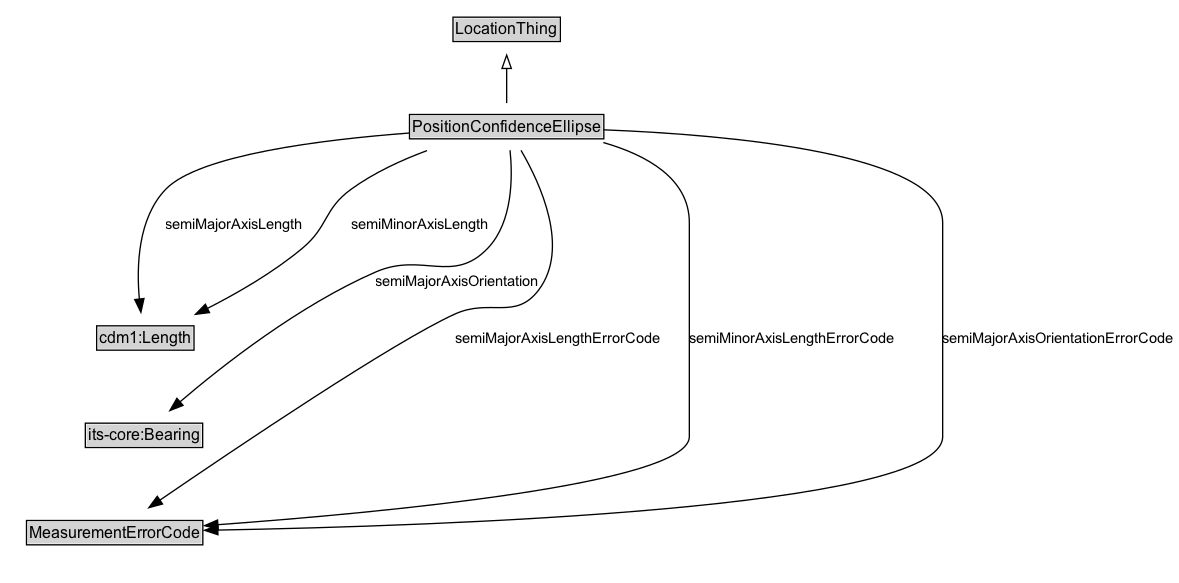
This is docs/diagrams/PositionConfidenceEllipse.dot.png from ISO-TC204/ontology-its-location-v1, a Graphviz export, as it was before one commit. Its source is kept beside it as docs/diagrams/PositionConfidenceEllipse.dot.
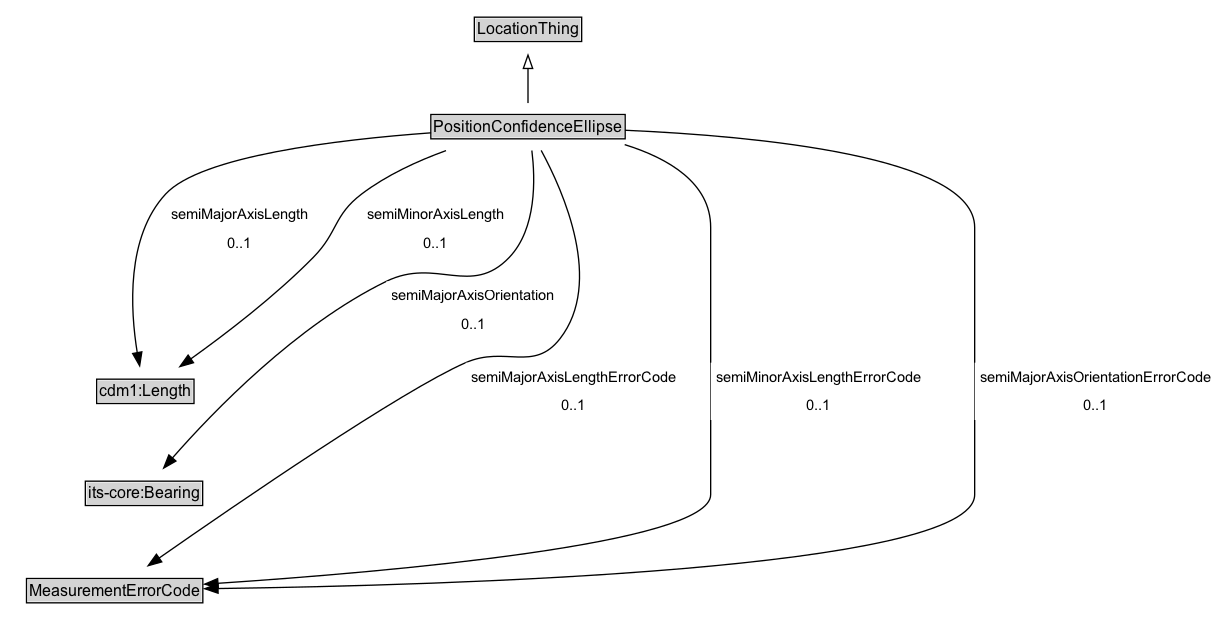
After the commit.

The edit, as a diff of the source:
```diff
@@ -23,12 +23,12 @@
 	cdm1_Length -> "its-core_Bearing" [style=invis]
 	"its-core_Bearing" -> MeasurementErrorCode [style=invis]
 	cdm1_Length [label=<<TABLE BORDER="1" CELLBORDER="0" CELLSPACING="0" CELLPADDING="1"><TR><TD BGCOLOR="lightgray" ALIGN="CENTER">cdm1:Length</TD></TR></TABLE>> URL="https://w3id.org/citydata/part1/v1/Length" margin=0]
-	PositionConfidenceEllipse -> cdm1_Length [label=semiMajorAxisLength arrowhead=normal style=solid]
-	PositionConfidenceEllipse -> cdm1_Length [label=semiMinorAxisLength arrowhead=normal style=solid]
+	PositionConfidenceEllipse -> cdm1_Length [label=<<TABLE BORDER="0" CELLBORDER="0" CELLSPACING="0" CELLPADDING="4" BGCOLOR="white"><TR><TD ALIGN="CENTER">semiMajorAxisLength</TD></TR><TR><TD ALIGN="CENTER">0..1</TD></TR></TABLE>> arrowhead=normal style=solid]
+	PositionConfidenceEllipse -> cdm1_Length [label=<<TABLE BORDER="0" CELLBORDER="0" CELLSPACING="0" CELLPADDING="4" BGCOLOR="white"><TR><TD ALIGN="CENTER">semiMinorAxisLength</TD></TR><TR><TD ALIGN="CENTER">0..1</TD></TR></TABLE>> arrowhead=normal style=solid]
 	"its-core_Bearing" [label=<<TABLE BORDER="1" CELLBORDER="0" CELLSPACING="0" CELLPADDING="1"><TR><TD BGCOLOR="lightgray" ALIGN="CENTER">its-core:Bearing</TD></TR></TABLE>> URL="https://w3id.org/itsdata/core/v1/Bearing" margin=0]
-	PositionConfidenceEllipse -> "its-core_Bearing" [label=semiMajorAxisOrientation arrowhead=normal style=solid]
+	PositionConfidenceEllipse -> "its-core_Bearing" [label=<<TABLE BORDER="0" CELLBORDER="0" CELLSPACING="0" CELLPADDING="4" BGCOLOR="white"><TR><TD ALIGN="CENTER">semiMajorAxisOrientation</TD></TR><TR><TD ALIGN="CENTER">0..1</TD></TR></TABLE>> arrowhead=normal style=solid]
 	MeasurementErrorCode [label=<<TABLE BORDER="1" CELLBORDER="0" CELLSPACING="0" CELLPADDING="1"><TR><TD BGCOLOR="lightgray" ALIGN="CENTER">MeasurementErrorCode</TD></TR></TABLE>> URL="../MeasurementErrorCode" margin=0]
-	PositionConfidenceEllipse -> MeasurementErrorCode [label=semiMajorAxisLengthErrorCode arrowhead=normal style=solid]
-	PositionConfidenceEllipse -> MeasurementErrorCode [label=semiMinorAxisLengthErrorCode arrowhead=normal style=solid]
-	PositionConfidenceEllipse -> MeasurementErrorCode [label=semiMajorAxisOrientationErrorCode arrowhead=normal style=solid]
+	PositionConfidenceEllipse -> MeasurementErrorCode [label=<<TABLE BORDER="0" CELLBORDER="0" CELLSPACING="0" CELLPADDING="4" BGCOLOR="white"><TR><TD ALIGN="CENTER">semiMajorAxisLengthErrorCode</TD></TR><TR><TD ALIGN="CENTER">0..1</TD></TR></TABLE>> arrowhead=normal style=solid]
+	PositionConfidenceEllipse -> MeasurementErrorCode [label=<<TABLE BORDER="0" CELLBORDER="0" CELLSPACING="0" CELLPADDING="4" BGCOLOR="white"><TR><TD ALIGN="CENTER">semiMinorAxisLengthErrorCode</TD></TR><TR><TD ALIGN="CENTER">0..1</TD></TR></TABLE>> arrowhead=normal style=solid]
+	PositionConfidenceEllipse -> MeasurementErrorCode [label=<<TABLE BORDER="0" CELLBORDER="0" CELLSPACING="0" CELLPADDING="4" BGCOLOR="white"><TR><TD ALIGN="CENTER">semiMajorAxisOrientationErrorCode</TD></TR><TR><TD ALIGN="CENTER">0..1</TD></TR></TABLE>> arrowhead=normal style=solid]
 }
```
